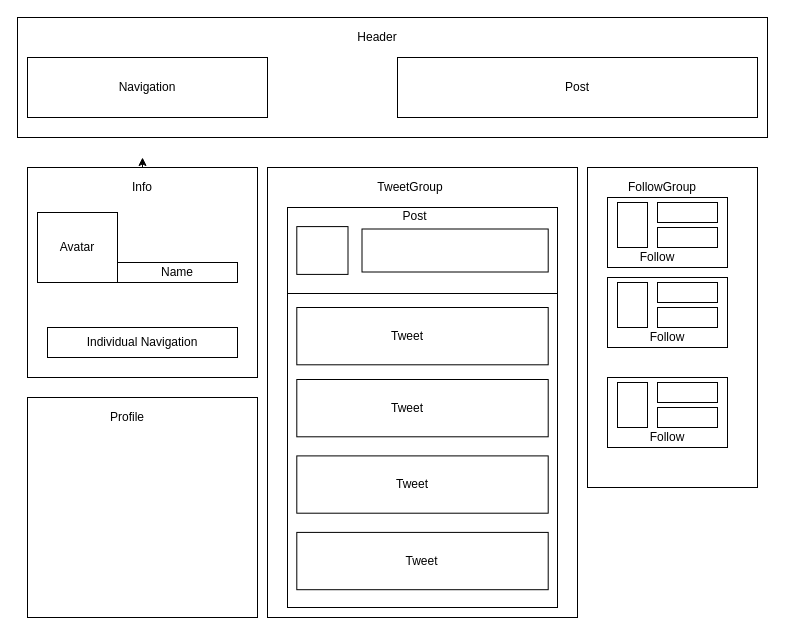
Before: twitter-clone.drawio in OkilyDokily/twitter-clone, a draw.io diagram. Source tidied: cells renumbered, new cells numbered last; positions are measured from the earlier drawing's top-left corner, leaving out a move shared by most shapes. Both pictures are drawn from the tidied source at 100%, with x=0, y=0 at pixel (17, 17).
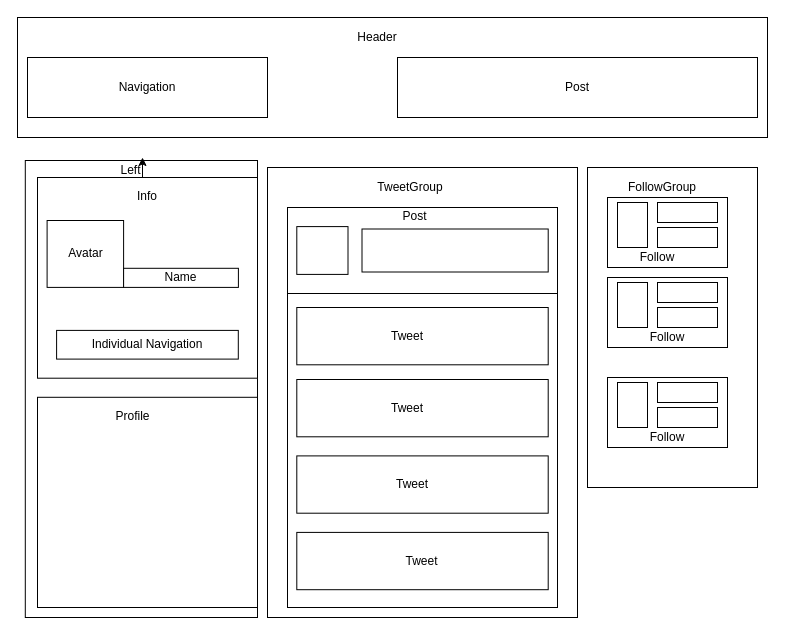
Above is the later version.

The edit, as a diff of the source:
```diff
@@
-    <mxCell id="2" style="rounded=0;whiteSpace=wrap;html=1;" parent="1" vertex="1">
-      <mxGeometry width="750" height="120" as="geometry" />
-    </mxCell>
-    <mxCell id="3" style="edgeStyle=orthogonalEdgeStyle;rounded=0;jettySize=auto;html=1;exitX=0.5;exitY=0;exitDx=0;exitDy=0;" parent="1" edge="1" source="4">
-      <mxGeometry relative="1" as="geometry">
-        <mxPoint x="125" y="140" as="targetPoint" />
-      </mxGeometry>
-    </mxCell>
+    <mxCell id="50" style="group;" parent="1" vertex="1">
+      <mxGeometry x="20" y="160" width="220" height="440" as="geometry" />
+    </mxCell>
+    <mxCell id="51" style="rounded=0;whiteSpace=wrap;html=1;" parent="50" vertex="1">
+      <mxGeometry x="-12.2" y="-17" width="232.2" height="457" as="geometry" />
+    </mxCell>
-    <mxCell id="4" style="rounded=0;whiteSpace=wrap;html=1;" parent="1" vertex="1">
-      <mxGeometry x="10" y="150" width="230" height="210" as="geometry" />
+    <mxCell id="4" style="rounded=0;whiteSpace=wrap;html=1;" parent="50" vertex="1">
+      <mxGeometry width="220" height="200.7" as="geometry" />
     </mxCell>
-    <mxCell id="5" value="Avatar" style="rounded=0;whiteSpace=wrap;html=1;" parent="1" vertex="1">
-      <mxGeometry x="20" y="195" width="80" height="70" as="geometry" />
+    <mxCell id="5" value="Avatar" style="rounded=0;whiteSpace=wrap;html=1;" parent="50" vertex="1">
+      <mxGeometry x="9.6" y="43" width="76.5" height="66.9" as="geometry" />
     </mxCell>
-    <mxCell id="6" value="Name" style="rounded=0;whiteSpace=wrap;html=1;" parent="1" vertex="1">
-      <mxGeometry x="100" y="245" width="120" height="20" as="geometry" />
+    <mxCell id="6" value="Name" style="rounded=0;whiteSpace=wrap;html=1;" parent="50" vertex="1">
+      <mxGeometry x="86.1" y="90.8" width="114.8" height="19.1" as="geometry" />
     </mxCell>
-    <mxCell id="7" value="Individual Navigation" style="rounded=0;whiteSpace=wrap;html=1;" parent="1" vertex="1">
-      <mxGeometry x="30" y="310" width="190" height="30" as="geometry" />
+    <mxCell id="7" value="Individual Navigation" style="rounded=0;whiteSpace=wrap;html=1;" parent="50" vertex="1">
+      <mxGeometry x="19.1" y="152.9" width="181.7" height="28.7" as="geometry" />
     </mxCell>
-    <mxCell id="8" style="rounded=0;whiteSpace=wrap;html=1;" parent="1" vertex="1">
-      <mxGeometry x="10" y="380" width="230" height="220" as="geometry" />
+    <mxCell id="8" style="rounded=0;whiteSpace=wrap;html=1;" parent="50" vertex="1">
+      <mxGeometry y="219.8" width="220" height="210.2" as="geometry" />
     </mxCell>
+    <mxCell id="32" value="Info" style="text;html=1;strokeColor=none;fillColor=none;align=center;verticalAlign=middle;whiteSpace=wrap;rounded=0;" parent="50" vertex="1">
+      <mxGeometry x="47.8" y="9.6" width="124.3" height="19.1" as="geometry" />
+    </mxCell>
+    <mxCell id="33" value="Profile" style="text;html=1;strokeColor=none;fillColor=none;align=center;verticalAlign=middle;whiteSpace=wrap;rounded=0;" parent="50" vertex="1">
+      <mxGeometry x="67" y="229.3" width="57.4" height="19.1" as="geometry" />
+    </mxCell>
+    <mxCell id="52" value="Left" style="text;html=1;strokeColor=none;fillColor=none;align=center;verticalAlign=middle;whiteSpace=wrap;rounded=0;" parent="50" vertex="1">
+      <mxGeometry x="67" y="-17" width="53" height="20" as="geometry" />
+    </mxCell>
+    <mxCell id="2" style="rounded=0;whiteSpace=wrap;html=1;" parent="1" vertex="1">
+      <mxGeometry width="750" height="120" as="geometry" />
+    </mxCell>
+    <mxCell id="3" style="edgeStyle=orthogonalEdgeStyle;rounded=0;jettySize=auto;html=1;exitX=0.5;exitY=0;exitDx=0;exitDy=0;" parent="1" edge="1" source="4">
+      <mxGeometry relative="1" as="geometry">
+        <mxPoint x="125" y="140" as="targetPoint" />
+      </mxGeometry>
+    </mxCell>
@@
-    <mxCell id="32" value="Info" style="text;html=1;strokeColor=none;fillColor=none;align=center;verticalAlign=middle;whiteSpace=wrap;rounded=0;" parent="1" vertex="1">
-      <mxGeometry x="60" y="160" width="130" height="20" as="geometry" />
-    </mxCell>
-    <mxCell id="33" value="Profile" style="text;html=1;strokeColor=none;fillColor=none;align=center;verticalAlign=middle;whiteSpace=wrap;rounded=0;" parent="1" vertex="1">
-      <mxGeometry x="80" y="390" width="60" height="20" as="geometry" />
-    </mxCell>
```
